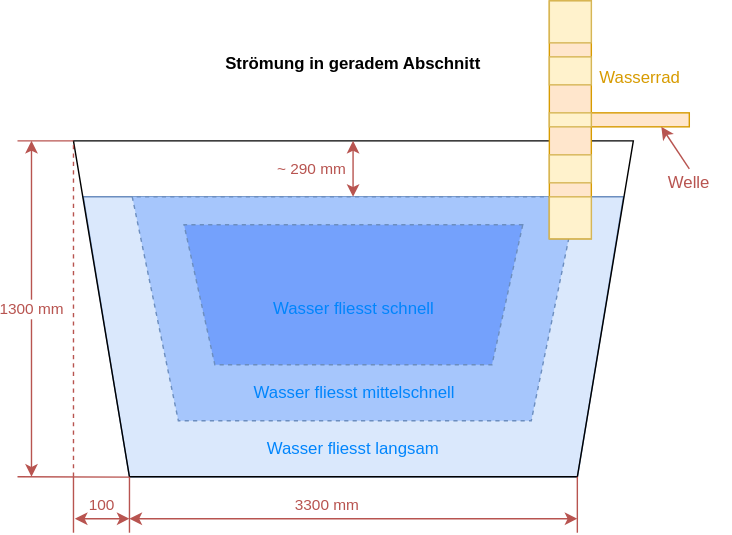
The draw.io diagram src/images/Bachbett.drawio.svg in philippbruhin/wasserrad, before a commit. Source tidied: cells renumbered, new cells last; positions are measured from the earlier drawing's top-left corner, leaving out a move shared by most shapes. Its diagram source:
```xml
<mxGraphModel>
  <root>
    <mxCell id="0" />
    <mxCell id="1" parent="0" />
    <mxCell id="2" style="shape=trapezoid;perimeter=trapezoidPerimeter;whiteSpace=wrap;html=1;fixedSize=1;rotation=-180;size=32.91666666666663;fillColor=#dae8fc;strokeColor=#6c8ebf;" parent="1" vertex="1">
      <mxGeometry x="47" y="140" width="386" height="200" as="geometry" />
    </mxCell>
    <mxCell id="3" style="shape=trapezoid;perimeter=trapezoidPerimeter;whiteSpace=wrap;html=1;fixedSize=1;rotation=-180;size=32.91666666666663;fillColor=#A6C6FC;strokeColor=#6c8ebf;dashed=1;" parent="1" vertex="1">
      <mxGeometry x="82" y="140" width="318" height="160" as="geometry" />
    </mxCell>
    <mxCell id="4" style="shape=trapezoid;perimeter=trapezoidPerimeter;whiteSpace=wrap;html=1;fixedSize=1;rotation=-180;size=22;fillColor=#74A1FC;strokeColor=#6c8ebf;dashed=1;" parent="1" vertex="1">
      <mxGeometry x="119" y="160" width="242" height="100" as="geometry" />
    </mxCell>
    <mxCell id="5" style="shape=trapezoid;perimeter=trapezoidPerimeter;whiteSpace=wrap;html=1;fixedSize=1;rotation=-180;size=40;fillColor=none;" parent="1" vertex="1">
      <mxGeometry x="40" y="100" width="400" height="240" as="geometry" />
    </mxCell>
    <mxCell id="6" value="&lt;font color=&quot;#0085fc&quot;&gt;Wasser fliesst schnell&lt;/font&gt;" style="text;html=1;strokeColor=none;fillColor=none;align=center;verticalAlign=middle;whiteSpace=wrap;rounded=0;" parent="1" vertex="1">
      <mxGeometry x="173.8" y="202.5" width="132.5" height="35" as="geometry" />
    </mxCell>
    <mxCell id="7" value="&lt;font color=&quot;#0085fc&quot;&gt;Wasser fliesst langsam&lt;/font&gt;" style="text;html=1;strokeColor=none;fillColor=none;align=center;verticalAlign=middle;whiteSpace=wrap;rounded=0;" parent="1" vertex="1">
      <mxGeometry x="170" y="310" width="140" height="20" as="geometry" />
    </mxCell>
    <mxCell id="8" style="endArrow=classic;startArrow=classic;html=1;rounded=0;fillColor=#f8cecc;strokeColor=#b85450;" parent="1" edge="1">
      <mxGeometry relative="1" as="geometry">
        <mxPoint x="239.8" y="140" as="sourcePoint" />
        <mxPoint x="239.8" y="100" as="targetPoint" />
      </mxGeometry>
    </mxCell>
    <mxCell id="9" value="&lt;font color=&quot;#b85450&quot;&gt;~ 290 mm&lt;/font&gt;" style="edgeLabel;html=1;align=center;verticalAlign=middle;" parent="8" vertex="1">
      <mxGeometry x="-0.1" y="1" relative="1" as="geometry">
        <mxPoint x="-29" y="-2" as="offset" />
      </mxGeometry>
    </mxCell>
    <mxCell id="10" value="&lt;font color=&quot;#b85450&quot;&gt;Welle&lt;/font&gt;" style="text;html=1;strokeColor=none;fillColor=none;align=center;verticalAlign=middle;whiteSpace=wrap;rounded=0;" parent="1" vertex="1">
      <mxGeometry x="450" y="120" width="60" height="20" as="geometry" />
    </mxCell>
    <mxCell id="11" style="rounded=0;whiteSpace=wrap;html=1;fillColor=#ffe6cc;strokeColor=#d79b00;" parent="1" vertex="1">
      <mxGeometry x="380" width="30" height="170" as="geometry" />
    </mxCell>
    <mxCell id="12" style="rounded=0;whiteSpace=wrap;html=1;fillColor=#ffe6cc;strokeColor=#d79b00;" parent="1" vertex="1">
      <mxGeometry x="410" y="80" width="70" height="10" as="geometry" />
    </mxCell>
    <mxCell id="13" style="rounded=0;whiteSpace=wrap;html=1;fillColor=#fff2cc;strokeColor=#d6b656;" parent="1" vertex="1">
      <mxGeometry x="380" y="80" width="30" height="10" as="geometry" />
    </mxCell>
    <mxCell id="14" style="rounded=0;whiteSpace=wrap;html=1;fillColor=#fff2cc;strokeColor=#d6b656;" parent="1" vertex="1">
      <mxGeometry x="380" y="40" width="30" height="20" as="geometry" />
    </mxCell>
    <mxCell id="15" style="rounded=0;whiteSpace=wrap;html=1;fillColor=#fff2cc;strokeColor=#d6b656;" parent="1" vertex="1">
      <mxGeometry x="380" width="30" height="30" as="geometry" />
    </mxCell>
    <mxCell id="16" style="rounded=0;whiteSpace=wrap;html=1;fillColor=#fff2cc;strokeColor=#d6b656;" parent="1" vertex="1">
      <mxGeometry x="380" y="110" width="30" height="20" as="geometry" />
    </mxCell>
    <mxCell id="17" style="rounded=0;whiteSpace=wrap;html=1;fillColor=#fff2cc;strokeColor=#d6b656;" parent="1" vertex="1">
      <mxGeometry x="380" y="140" width="30" height="30" as="geometry" />
    </mxCell>
    <mxCell id="18" value="&lt;font color=&quot;#d79b00&quot;&gt;Wasserrad&lt;/font&gt;" style="text;html=1;strokeColor=none;fillColor=none;align=center;verticalAlign=middle;whiteSpace=wrap;rounded=0;" parent="1" vertex="1">
      <mxGeometry x="415" y="40" width="60" height="30" as="geometry" />
    </mxCell>
    <mxCell id="19" style="endArrow=classic;html=1;rounded=0;fontColor=#B85450;fillColor=#f8cecc;strokeColor=#b85450;" parent="1" edge="1">
      <mxGeometry relative="1" as="geometry">
        <mxPoint x="480" y="120" as="sourcePoint" />
        <mxPoint x="460" y="90" as="targetPoint" />
      </mxGeometry>
    </mxCell>
    <mxCell id="20" value="&lt;font color=&quot;#0085fc&quot;&gt;Wasser fliesst mittelschnell&lt;/font&gt;" style="text;html=1;strokeColor=none;fillColor=none;align=center;verticalAlign=middle;whiteSpace=wrap;rounded=0;" parent="1" vertex="1">
      <mxGeometry x="151" y="270" width="180" height="20" as="geometry" />
    </mxCell>
    <mxCell id="21" value="Strömung in geradem Abschnitt" style="text;html=1;strokeColor=none;fillColor=none;align=center;verticalAlign=middle;whiteSpace=wrap;rounded=0;fontStyle=1;" parent="1" vertex="1">
      <mxGeometry x="80" y="30" width="320" height="30" as="geometry" />
    </mxCell>
    <mxCell id="22" style="endArrow=none;html=1;rounded=0;entryX=1;entryY=1;entryDx=0;entryDy=0;strokeColor=#B85450;" parent="1" edge="1" target="5">
      <mxGeometry relative="1" as="geometry">
        <mxPoint y="100" as="sourcePoint" />
      </mxGeometry>
    </mxCell>
    <mxCell id="23" style="endArrow=none;html=1;rounded=0;entryX=0.901;entryY=-0.001;entryDx=0;entryDy=0;strokeColor=#B85450;entryPerimeter=0;" parent="1" edge="1" target="5">
      <mxGeometry relative="1" as="geometry">
        <mxPoint y="340" as="sourcePoint" />
      </mxGeometry>
    </mxCell>
    <mxCell id="24" style="endArrow=classic;startArrow=classic;html=1;rounded=0;strokeColor=#B85450;" parent="1" edge="1">
      <mxGeometry relative="1" as="geometry">
        <mxPoint x="10" y="340" as="sourcePoint" />
        <mxPoint x="10" y="100" as="targetPoint" />
      </mxGeometry>
    </mxCell>
    <mxCell id="25" value="Text" style="edgeLabel;html=1;align=center;verticalAlign=middle;fontColor=#B85450;" parent="24" vertex="1">
      <mxGeometry x="-0.02" y="1" relative="1" as="geometry">
        <mxPoint y="-2" as="offset" />
      </mxGeometry>
    </mxCell>
    <mxCell id="26" value="1300 mm" style="edgeLabel;html=1;align=center;verticalAlign=middle;fontColor=#B85450;" parent="24" vertex="1">
      <mxGeometry x="-0.02" relative="1" as="geometry">
        <mxPoint y="-3" as="offset" />
      </mxGeometry>
    </mxCell>
    <mxCell id="27" style="endArrow=none;html=1;rounded=0;exitX=1;exitY=1;exitDx=0;exitDy=0;strokeColor=#B85450;" parent="1" edge="1">
      <mxGeometry relative="1" as="geometry">
        <mxPoint x="80" y="380" as="sourcePoint" />
        <mxPoint x="80" y="340" as="targetPoint" />
      </mxGeometry>
    </mxCell>
    <mxCell id="28" style="endArrow=none;html=1;rounded=0;strokeColor=#B85450;entryX=0.1;entryY=0;entryDx=0;entryDy=0;entryPerimeter=0;" parent="1" edge="1" target="5">
      <mxGeometry relative="1" as="geometry">
        <mxPoint x="400" y="380" as="sourcePoint" />
      </mxGeometry>
    </mxCell>
    <mxCell id="29" style="endArrow=classic;startArrow=classic;html=1;rounded=0;strokeColor=#B85450;" parent="1" edge="1">
      <mxGeometry relative="1" as="geometry">
        <mxPoint x="80" y="370" as="sourcePoint" />
        <mxPoint x="400" y="370" as="targetPoint" />
      </mxGeometry>
    </mxCell>
    <mxCell id="30" value="3300 mm" style="edgeLabel;html=1;align=center;verticalAlign=middle;fontColor=#B85450;" parent="29" vertex="1">
      <mxGeometry x="-0.12" relative="1" as="geometry">
        <mxPoint y="-10" as="offset" />
      </mxGeometry>
    </mxCell>
    <mxCell id="31" style="endArrow=none;html=1;rounded=0;exitX=1;exitY=1;exitDx=0;exitDy=0;strokeColor=#B85450;" parent="1" edge="1">
      <mxGeometry relative="1" as="geometry">
        <mxPoint x="40" y="380" as="sourcePoint" />
        <mxPoint x="40" y="340" as="targetPoint" />
      </mxGeometry>
    </mxCell>
    <mxCell id="32" style="endArrow=classic;startArrow=classic;html=1;rounded=0;strokeColor=#B85450;" parent="1" edge="1">
      <mxGeometry relative="1" as="geometry">
        <mxPoint x="41" y="370" as="sourcePoint" />
        <mxPoint x="80" y="370" as="targetPoint" />
      </mxGeometry>
    </mxCell>
    <mxCell id="33" value="100" style="edgeLabel;html=1;align=center;verticalAlign=middle;fontColor=#B85450;" parent="32" vertex="1">
      <mxGeometry x="-0.18" relative="1" as="geometry">
        <mxPoint x="3" y="-10" as="offset" />
      </mxGeometry>
    </mxCell>
    <mxCell id="34" style="endArrow=none;dashed=1;html=1;rounded=0;entryX=1;entryY=1;entryDx=0;entryDy=0;strokeColor=#B85450;" parent="1" edge="1" target="5">
      <mxGeometry relative="1" as="geometry">
        <mxPoint x="40" y="340" as="sourcePoint" />
      </mxGeometry>
    </mxCell>
  </root>
</mxGraphModel>
```
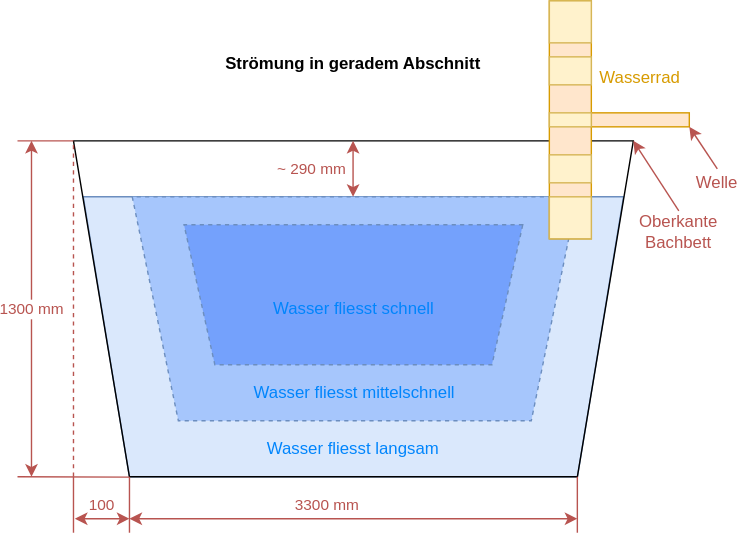
After the commit.

What changed in the source:
```diff
@@ -32,7 +32,7 @@
       </mxGeometry>
     </mxCell>
     <mxCell id="10" value="&lt;font color=&quot;#b85450&quot;&gt;Welle&lt;/font&gt;" style="text;html=1;strokeColor=none;fillColor=none;align=center;verticalAlign=middle;whiteSpace=wrap;rounded=0;" parent="1" vertex="1">
-      <mxGeometry x="450" y="120" width="60" height="20" as="geometry" />
+      <mxGeometry x="480" y="120" width="40" height="20" as="geometry" />
     </mxCell>
     <mxCell id="11" style="rounded=0;whiteSpace=wrap;html=1;fillColor=#ffe6cc;strokeColor=#d79b00;" parent="1" vertex="1">
       <mxGeometry x="380" width="30" height="170" as="geometry" />
@@ -58,11 +58,8 @@
     <mxCell id="18" value="&lt;font color=&quot;#d79b00&quot;&gt;Wasserrad&lt;/font&gt;" style="text;html=1;strokeColor=none;fillColor=none;align=center;verticalAlign=middle;whiteSpace=wrap;rounded=0;" parent="1" vertex="1">
       <mxGeometry x="415" y="40" width="60" height="30" as="geometry" />
     </mxCell>
-    <mxCell id="19" style="endArrow=classic;html=1;rounded=0;fontColor=#B85450;fillColor=#f8cecc;strokeColor=#b85450;" parent="1" edge="1">
-      <mxGeometry relative="1" as="geometry">
-        <mxPoint x="480" y="120" as="sourcePoint" />
-        <mxPoint x="460" y="90" as="targetPoint" />
-      </mxGeometry>
+    <mxCell id="19" style="endArrow=classic;html=1;rounded=0;fontColor=#B85450;fillColor=#f8cecc;strokeColor=#b85450;entryX=1;entryY=1;entryDx=0;entryDy=0;exitX=0.5;exitY=0;exitDx=0;exitDy=0;" parent="1" edge="1" source="10" target="12">
+      <mxGeometry relative="1" as="geometry" />
     </mxCell>
     <mxCell id="20" value="&lt;font color=&quot;#0085fc&quot;&gt;Wasser fliesst mittelschnell&lt;/font&gt;" style="text;html=1;strokeColor=none;fillColor=none;align=center;verticalAlign=middle;whiteSpace=wrap;rounded=0;" parent="1" vertex="1">
       <mxGeometry x="151" y="270" width="180" height="20" as="geometry" />
@@ -140,5 +137,11 @@
         <mxPoint x="40" y="340" as="sourcePoint" />
       </mxGeometry>
     </mxCell>
+    <mxCell id="35" value="&lt;font color=&quot;#b85450&quot;&gt;Oberkante Bachbett&lt;/font&gt;" style="text;html=1;strokeColor=none;fillColor=none;align=center;verticalAlign=middle;whiteSpace=wrap;rounded=0;" parent="1" vertex="1">
+      <mxGeometry x="440" y="150" width="65" height="30" as="geometry" />
+    </mxCell>
+    <mxCell id="36" style="endArrow=classic;html=1;rounded=0;fontColor=#B85450;fillColor=#f8cecc;strokeColor=#b85450;entryX=0;entryY=1;entryDx=0;entryDy=0;exitX=0.5;exitY=0;exitDx=0;exitDy=0;" parent="1" edge="1" source="35" target="5">
+      <mxGeometry relative="1" as="geometry" />
+    </mxCell>
   </root>
 </mxGraphModel>
```
